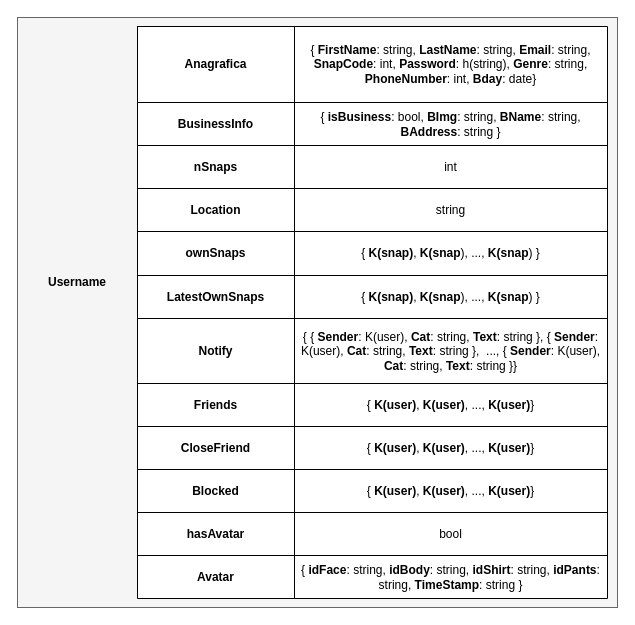
The draw.io diagram NoAM/collection-user.drawio in Antonet99/noSQL-Snapchat, before the edit. Source tidied: cells renumbered, new cells numbered last; positions are measured from the earlier drawing's top-left corner, leaving out a move shared by most shapes. Both pictures are drawn from the tidied source at 100%, with x=0, y=0 at pixel (17, 17).
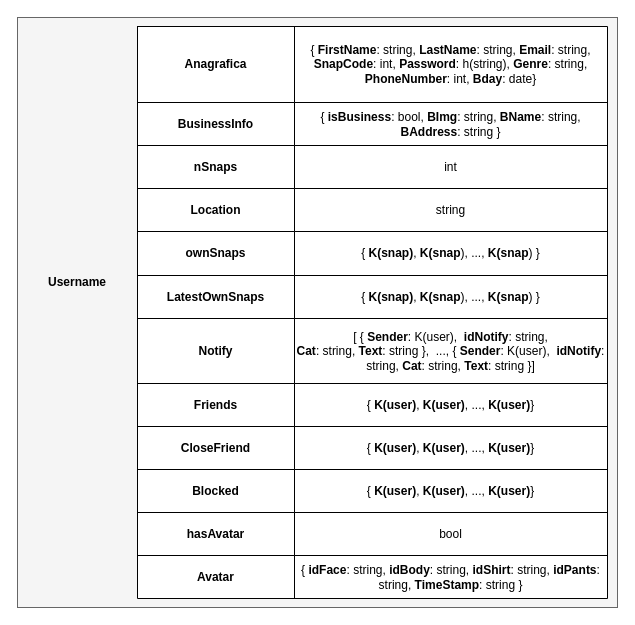
The same page after the edit.

The change refers to these unchanged cells:
```xml
<mxCell id="23" style="shape=tableRow;horizontal=0;startSize=0;swimlaneHead=0;swimlaneBody=0;strokeColor=inherit;top=0;left=0;bottom=0;right=0;fillColor=none;" parent="4" vertex="1">
  <mxGeometry y="292" width="470" height="65" as="geometry" />
</mxCell>
```

Diff of the diagram source:
```diff
@@
-    <mxCell id="25" value="{ { &lt;b&gt;Sender&lt;/b&gt;: K(user), &lt;b&gt;Cat&lt;/b&gt;: string, &lt;b&gt;Text&lt;/b&gt;: string },&amp;nbsp;{ &lt;b&gt;Sender&lt;/b&gt;: K(user), &lt;b&gt;Cat&lt;/b&gt;: string, &lt;b&gt;Text&lt;/b&gt;: string },&amp;nbsp; ..., { &lt;b&gt;Sender&lt;/b&gt;: K(user), &lt;b&gt;Cat&lt;/b&gt;: string, &lt;b&gt;Text&lt;/b&gt;: string }}" style="shape=partialRectangle;html=1;whiteSpace=wrap;strokeColor=inherit;overflow=hidden;fillColor=none;top=0;left=0;bottom=0;right=0;" parent="23" vertex="1">
+    <mxCell id="25" value="[ { &lt;b&gt;Sender&lt;/b&gt;: K(user),&amp;nbsp;&amp;nbsp;&lt;b style=&quot;border-color: var(--border-color);&quot;&gt;idNotify&lt;/b&gt;: string,&lt;br&gt;&lt;b&gt;Cat&lt;/b&gt;: string, &lt;b&gt;Text&lt;/b&gt;: string },&amp;nbsp;&amp;nbsp;..., { &lt;b&gt;Sender&lt;/b&gt;: K(user),&amp;nbsp;&amp;nbsp;&lt;b style=&quot;border-color: var(--border-color);&quot;&gt;idNotify&lt;/b&gt;: string,&amp;nbsp;&lt;b&gt;Cat&lt;/b&gt;: string, &lt;b&gt;Text&lt;/b&gt;: string }]" style="shape=partialRectangle;html=1;whiteSpace=wrap;strokeColor=inherit;overflow=hidden;fillColor=none;top=0;left=0;bottom=0;right=0;" parent="23" vertex="1">
       <mxGeometry x="157" width="313" height="65" as="geometry" />
     </mxCell>
```
